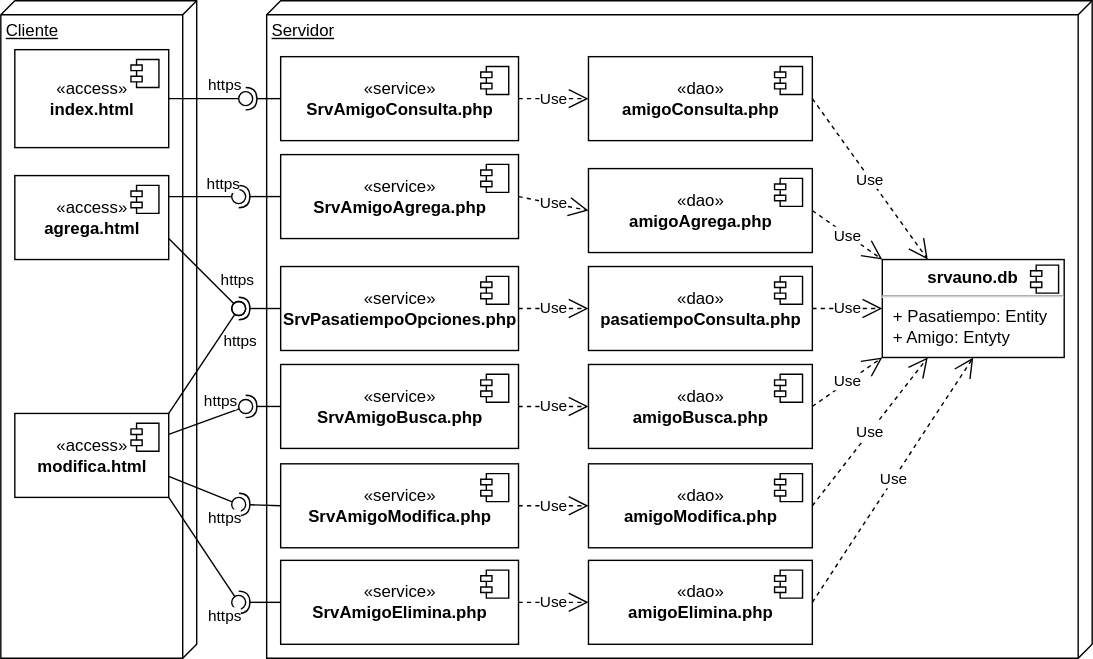
The draw.io diagram docs/img/m17auno/aunodeploy.drawio.svg in gilpgawoas/gilpgawoas.github.io, before a commit. Source tidied: cells renumbered, new cells last; positions are measured from the earlier drawing's top-left corner, leaving out a move shared by most shapes.
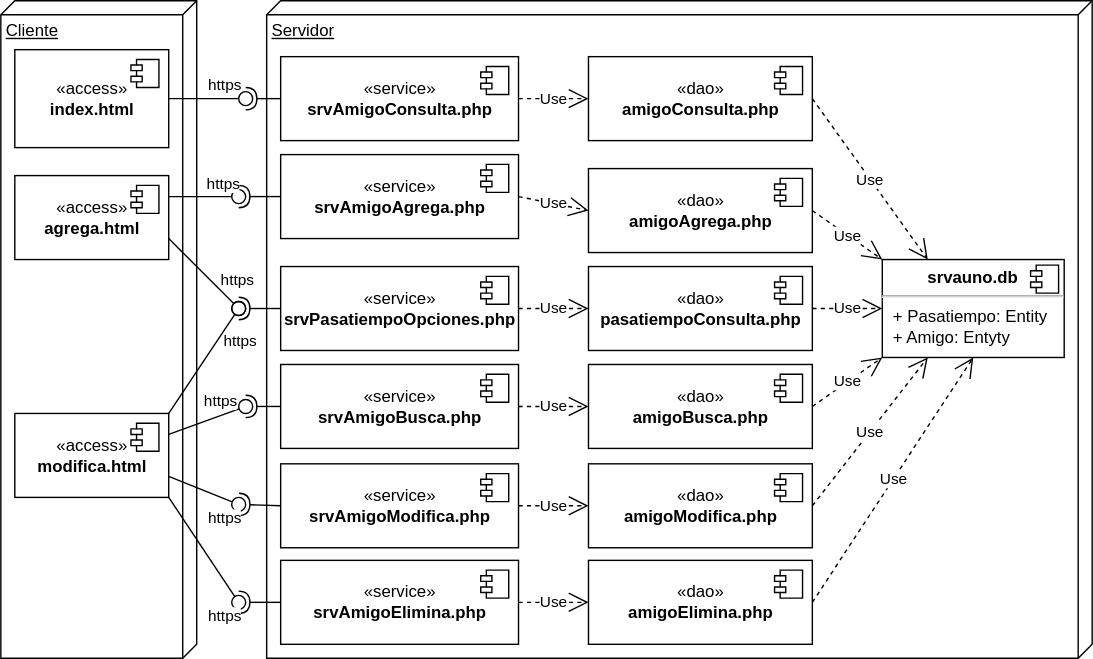
After the change.

What changed in the source:
```diff
@@ -16,7 +16,7 @@
     <mxCell id="5" value="Servidor" style="verticalAlign=top;align=left;spacingTop=8;spacingLeft=2;spacingRight=12;shape=cube;size=10;direction=south;fontStyle=4;html=1;" parent="1" vertex="1">
       <mxGeometry x="190" width="590" height="470" as="geometry" />
     </mxCell>
-    <mxCell id="6" value="«service»&lt;br&gt;&lt;b&gt;SrvAmigoConsulta.php&lt;/b&gt;" style="html=1;" parent="1" vertex="1">
+    <mxCell id="6" value="«service»&lt;br&gt;&lt;b&gt;srvAmigoConsulta.php&lt;/b&gt;" style="html=1;" parent="1" vertex="1">
       <mxGeometry x="200" y="40" width="170" height="60" as="geometry" />
     </mxCell>
     <mxCell id="7" style="shape=module;jettyWidth=8;jettyHeight=4;" parent="6" vertex="1">
@@ -112,7 +112,7 @@
         <mxPoint x="-27" y="7" as="offset" />
       </mxGeometry>
     </mxCell>
-    <mxCell id="32" value="«service»&lt;br&gt;&lt;b&gt;Srv&lt;/b&gt;&lt;b style=&quot;border-color: var(--border-color);&quot;&gt;Amigo&lt;/b&gt;&lt;b&gt;Agrega.php&lt;/b&gt;" style="html=1;" parent="1" vertex="1">
+    <mxCell id="32" value="«service»&lt;br&gt;&lt;b&gt;srv&lt;/b&gt;&lt;b style=&quot;border-color: var(--border-color);&quot;&gt;Amigo&lt;/b&gt;&lt;b&gt;Agrega.php&lt;/b&gt;" style="html=1;" parent="1" vertex="1">
       <mxGeometry x="200" y="110" width="170" height="60" as="geometry" />
     </mxCell>
     <mxCell id="33" style="shape=module;jettyWidth=8;jettyHeight=4;" parent="32" vertex="1">
@@ -120,7 +120,7 @@
         <mxPoint x="-27" y="7" as="offset" />
       </mxGeometry>
     </mxCell>
-    <mxCell id="34" value="«service»&lt;br&gt;&lt;b&gt;Srv&lt;/b&gt;&lt;b style=&quot;border-color: var(--border-color);&quot;&gt;Amigo&lt;/b&gt;&lt;b&gt;Busca.php&lt;/b&gt;" style="html=1;" parent="1" vertex="1">
+    <mxCell id="34" value="«service»&lt;br&gt;&lt;b&gt;srv&lt;/b&gt;&lt;b style=&quot;border-color: var(--border-color);&quot;&gt;Amigo&lt;/b&gt;&lt;b&gt;Busca.php&lt;/b&gt;" style="html=1;" parent="1" vertex="1">
       <mxGeometry x="200" y="260" width="170" height="60" as="geometry" />
     </mxCell>
     <mxCell id="35" style="shape=module;jettyWidth=8;jettyHeight=4;" parent="34" vertex="1">
@@ -128,7 +128,7 @@
         <mxPoint x="-27" y="7" as="offset" />
       </mxGeometry>
     </mxCell>
-    <mxCell id="36" value="«service»&lt;br&gt;&lt;b&gt;Srv&lt;/b&gt;&lt;b style=&quot;border-color: var(--border-color);&quot;&gt;Amigo&lt;/b&gt;&lt;b&gt;Modifica.php&lt;/b&gt;" style="html=1;" parent="1" vertex="1">
+    <mxCell id="36" value="«service»&lt;br&gt;&lt;b&gt;srv&lt;/b&gt;&lt;b style=&quot;border-color: var(--border-color);&quot;&gt;Amigo&lt;/b&gt;&lt;b&gt;Modifica.php&lt;/b&gt;" style="html=1;" parent="1" vertex="1">
       <mxGeometry x="200" y="331" width="170" height="60" as="geometry" />
     </mxCell>
     <mxCell id="37" style="shape=module;jettyWidth=8;jettyHeight=4;" parent="36" vertex="1">
@@ -136,7 +136,7 @@
         <mxPoint x="-27" y="7" as="offset" />
       </mxGeometry>
     </mxCell>
-    <mxCell id="38" value="«service»&lt;br&gt;&lt;b&gt;Srv&lt;/b&gt;&lt;b style=&quot;border-color: var(--border-color);&quot;&gt;Amigo&lt;/b&gt;&lt;b&gt;Elimina.php&lt;/b&gt;" style="html=1;" parent="1" vertex="1">
+    <mxCell id="38" value="«service»&lt;br&gt;&lt;b&gt;srv&lt;/b&gt;&lt;b style=&quot;border-color: var(--border-color);&quot;&gt;Amigo&lt;/b&gt;&lt;b&gt;Elimina.php&lt;/b&gt;" style="html=1;" parent="1" vertex="1">
       <mxGeometry x="200" y="400" width="170" height="60" as="geometry" />
     </mxCell>
     <mxCell id="39" style="shape=module;jettyWidth=8;jettyHeight=4;" parent="38" vertex="1">
@@ -176,7 +176,7 @@
     <mxCell id="48" style="ellipse;whiteSpace=wrap;html=1;align=center;points=[];outlineConnect=0;sketch=0;" parent="1" vertex="1">
       <mxGeometry x="170" y="65" width="10" height="10" as="geometry" />
     </mxCell>
-    <mxCell id="49" value="«service»&lt;br&gt;&lt;b&gt;SrvPasatiempoOpciones&lt;/b&gt;&lt;b&gt;.php&lt;/b&gt;" style="html=1;" parent="1" vertex="1">
+    <mxCell id="49" value="«service»&lt;br&gt;&lt;b&gt;srvPasatiempoOpciones&lt;/b&gt;&lt;b&gt;.php&lt;/b&gt;" style="html=1;" parent="1" vertex="1">
       <mxGeometry x="200" y="190" width="170" height="60" as="geometry" />
     </mxCell>
     <mxCell id="50" style="shape=module;jettyWidth=8;jettyHeight=4;" parent="49" vertex="1">
```
